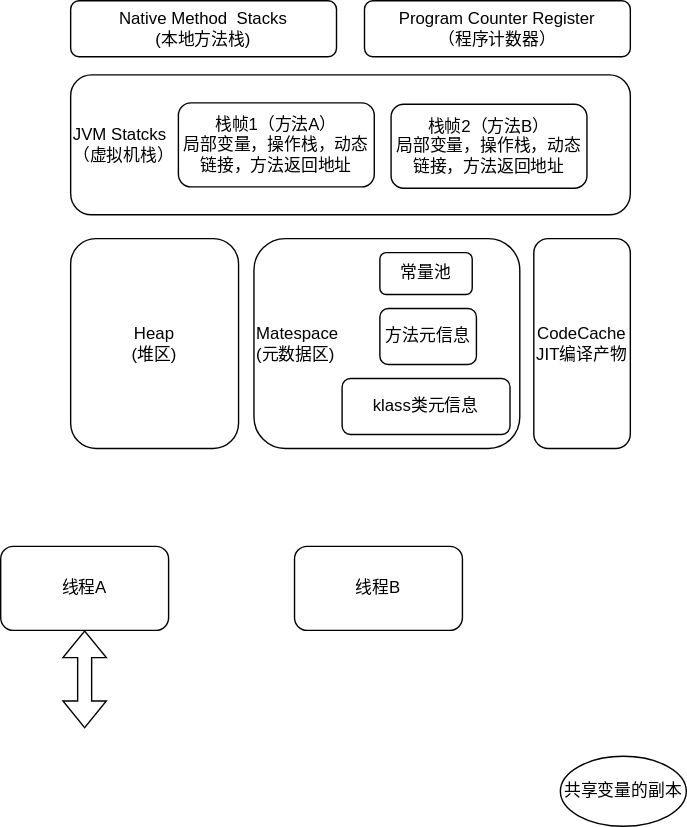
Above: JMM.drawio.svg in Passion-Logan/drawio (draw.io), before the change. Source tidied: cells renumbered, new cells last; positions are measured from the earlier drawing's top-left corner, leaving out a move shared by most shapes.
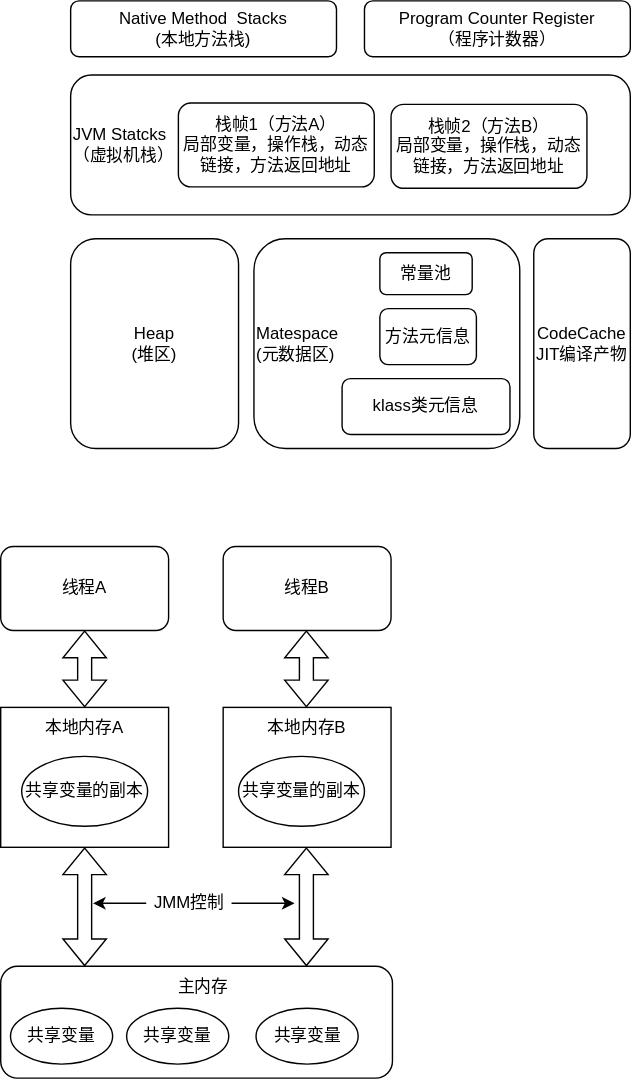
After the change.

Change to the diagram source:
```diff
@@ -39,15 +39,74 @@
       <mxGeometry y="390" width="120" height="60" as="geometry" />
     </mxCell>
     <mxCell id="14" value="线程B" style="rounded=1;whiteSpace=wrap;html=1;" parent="1" vertex="1">
-      <mxGeometry x="210" y="390" width="120" height="60" as="geometry" />
+      <mxGeometry x="159" y="390" width="120" height="60" as="geometry" />
     </mxCell>
+    <mxCell id="17" style="rounded=0;whiteSpace=wrap;html=1;" parent="1" vertex="1">
+      <mxGeometry y="505" width="120" height="100" as="geometry" />
+    </mxCell>
     <mxCell id="15" value="共享变量的副本" style="ellipse;whiteSpace=wrap;html=1;" parent="1" vertex="1">
-      <mxGeometry x="400" y="540" width="90" height="50" as="geometry" />
+      <mxGeometry x="15" y="540" width="90" height="50" as="geometry" />
     </mxCell>
-    <mxCell id="16" style="shape=flexArrow;endArrow=classic;startArrow=classic;html=1;rounded=0;entryX=0.5;entryY=1;entryDx=0;entryDy=0;" parent="1" edge="1" target="13">
-      <mxGeometry relative="1" as="geometry">
-        <mxPoint x="60" y="520" as="sourcePoint" />
-      </mxGeometry>
-    </mxCell>
+    <mxCell id="18" style="shape=flexArrow;endArrow=classic;startArrow=classic;html=1;rounded=0;entryX=0.5;entryY=1;entryDx=0;entryDy=0;" parent="1" edge="1" source="17" target="13">
+      <mxGeometry relative="1" as="geometry" />
+    </mxCell>
+    <mxCell id="19" style="shape=flexArrow;endArrow=classic;startArrow=classic;html=1;rounded=0;entryX=0.5;entryY=1;entryDx=0;entryDy=0;" parent="1" edge="1">
+      <mxGeometry relative="1" as="geometry">
+        <mxPoint x="218.5" y="505" as="sourcePoint" />
+        <mxPoint x="218.5" y="450" as="targetPoint" />
+      </mxGeometry>
+    </mxCell>
+    <mxCell id="20" style="rounded=0;whiteSpace=wrap;html=1;" parent="1" vertex="1">
+      <mxGeometry x="159" y="505" width="120" height="100" as="geometry" />
+    </mxCell>
+    <mxCell id="21" value="共享变量的副本" style="ellipse;whiteSpace=wrap;html=1;" parent="1" vertex="1">
+      <mxGeometry x="170" y="540" width="90" height="50" as="geometry" />
+    </mxCell>
+    <mxCell id="22" value="本地内存A" style="text;html=1;strokeColor=none;fillColor=none;align=center;verticalAlign=middle;whiteSpace=wrap;rounded=0;" parent="1" vertex="1">
+      <mxGeometry x="30" y="505" width="60" height="30" as="geometry" />
+    </mxCell>
+    <mxCell id="23" value="本地内存B" style="text;html=1;strokeColor=none;fillColor=none;align=center;verticalAlign=middle;whiteSpace=wrap;rounded=0;" parent="1" vertex="1">
+      <mxGeometry x="189" y="505" width="60" height="30" as="geometry" />
+    </mxCell>
+    <mxCell id="24" style="rounded=1;whiteSpace=wrap;html=1;" parent="1" vertex="1">
+      <mxGeometry y="690" width="280" height="80" as="geometry" />
+    </mxCell>
+    <mxCell id="25" style="shape=flexArrow;endArrow=classic;startArrow=classic;html=1;rounded=0;entryX=0.5;entryY=1;entryDx=0;entryDy=0;" parent="1" edge="1" target="17">
+      <mxGeometry relative="1" as="geometry">
+        <mxPoint x="60" y="690" as="sourcePoint" />
+      </mxGeometry>
+    </mxCell>
+    <mxCell id="26" style="shape=flexArrow;endArrow=classic;startArrow=classic;html=1;rounded=0;entryX=0.5;entryY=1;entryDx=0;entryDy=0;" parent="1" edge="1">
+      <mxGeometry relative="1" as="geometry">
+        <mxPoint x="218.5" y="690" as="sourcePoint" />
+        <mxPoint x="218.5" y="605" as="targetPoint" />
+      </mxGeometry>
+    </mxCell>
+    <mxCell id="27" value="JMM控制" style="text;html=1;strokeColor=none;fillColor=none;align=center;verticalAlign=middle;whiteSpace=wrap;rounded=0;" parent="1" vertex="1">
+      <mxGeometry x="105" y="630" width="60" height="30" as="geometry" />
+    </mxCell>
+    <mxCell id="28" style="endArrow=classic;html=1;rounded=0;exitX=1;exitY=0.5;exitDx=0;exitDy=0;" parent="1" edge="1" source="27">
+      <mxGeometry relative="1" as="geometry">
+        <mxPoint x="210" y="645" as="targetPoint" />
+      </mxGeometry>
+    </mxCell>
+    <mxCell id="29" style="endArrow=classic;html=1;rounded=0;exitX=0;exitY=0.5;exitDx=0;exitDy=0;" parent="1" edge="1">
+      <mxGeometry relative="1" as="geometry">
+        <mxPoint x="104" y="645" as="sourcePoint" />
+        <mxPoint x="66" y="645" as="targetPoint" />
+      </mxGeometry>
+    </mxCell>
+    <mxCell id="30" value="共享变量" style="ellipse;whiteSpace=wrap;html=1;" parent="1" vertex="1">
+      <mxGeometry x="7" y="720" width="73" height="40" as="geometry" />
+    </mxCell>
+    <mxCell id="31" value="共享变量" style="ellipse;whiteSpace=wrap;html=1;" parent="1" vertex="1">
+      <mxGeometry x="90" y="720" width="73" height="40" as="geometry" />
+    </mxCell>
+    <mxCell id="32" value="共享变量" style="ellipse;whiteSpace=wrap;html=1;" parent="1" vertex="1">
+      <mxGeometry x="182.5" y="720" width="73" height="40" as="geometry" />
+    </mxCell>
+    <mxCell id="33" value="主内存" style="text;html=1;strokeColor=none;fillColor=none;align=center;verticalAlign=middle;whiteSpace=wrap;rounded=0;" parent="1" vertex="1">
+      <mxGeometry x="115" y="690" width="60" height="30" as="geometry" />
+    </mxCell>
   </root>
 </mxGraphModel>
```
